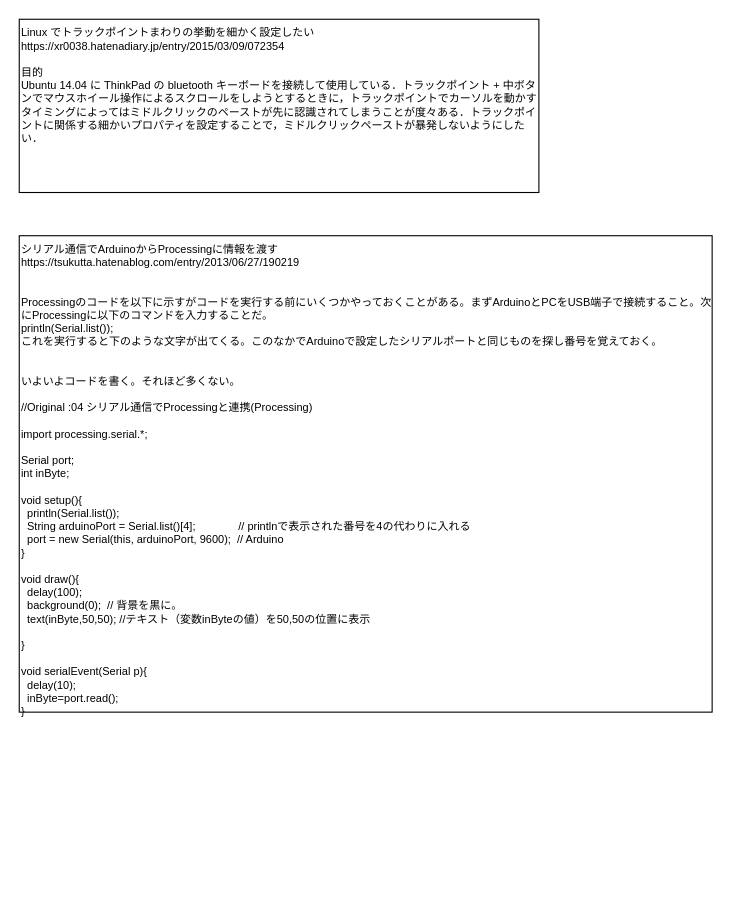
sugn74/profile keeps this draw.io diagram as 名称未設定ファイル.drawio. Above is the earlier version. Source tidied: cells renumbered, new cells numbered last; positions are measured from the earlier drawing's top-left corner, leaving out a move shared by most shapes. Both pictures are drawn from the tidied source at 110%, with x=0, y=0 at pixel (19, 19).
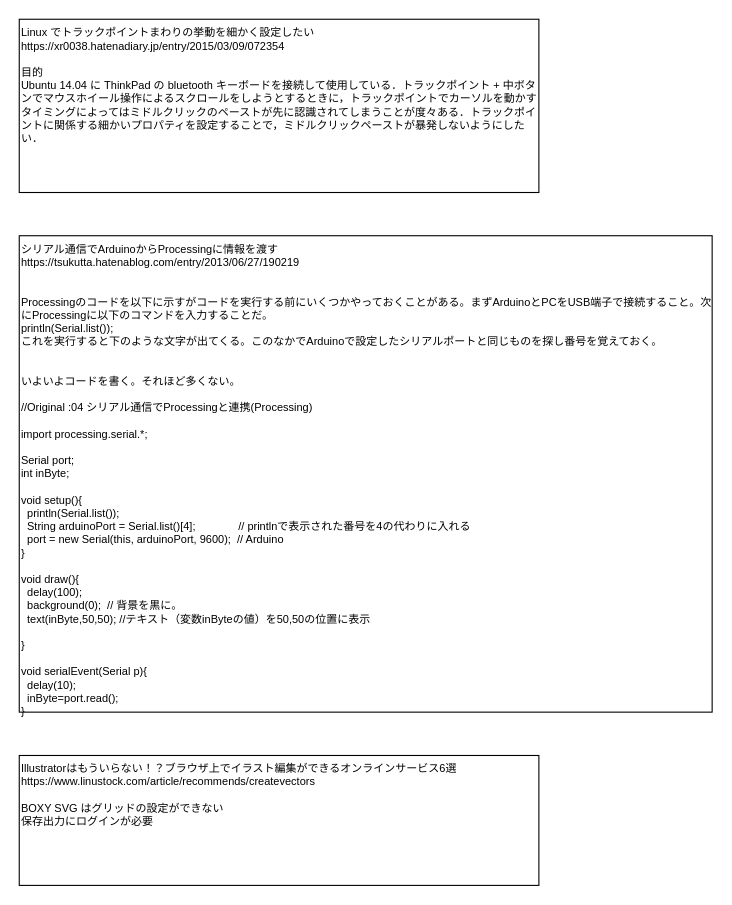
After the change.

Commit message:
名称未設定ファイル.drawio を更新します

Diff of the diagram source:
```diff
@@
 <mxGraphModel>
   <root>
     <mxCell id="0" />
     <mxCell id="1" parent="0" />
     <mxCell id="2" value="&lt;div&gt;&lt;div&gt;Linux でトラックポイントまわりの挙動を細かく設定したい&lt;/div&gt;&lt;div&gt;https://xr0038.hatenadiary.jp/entry/2015/03/09/072354&lt;/div&gt;&lt;div&gt;&lt;br&gt;&lt;/div&gt;&lt;div&gt;目的&lt;/div&gt;&lt;div&gt;Ubuntu 14.04 に ThinkPad の bluetooth キーボードを接続して使用している．トラックポイント + 中ボタンでマウスホイール操作によるスクロールをしようとするときに，トラックポイントでカーソルを動かすタイミングによってはミドルクリックのペーストが先に認識されてしまうことが度々ある．トラックポイントに関係する細かいプロパティを設定することで，ミドルクリックペーストが暴発しないようにしたい．&lt;/div&gt;&lt;/div&gt;" style="text;html=1;strokeColor=default;fillColor=none;align=left;verticalAlign=top;whiteSpace=wrap;rounded=0;fontSize=10;" parent="1" vertex="1">
       <mxGeometry width="472.4" height="157.5" as="geometry" />
     </mxCell>
     <mxCell id="3" value="&lt;div&gt;シリアル通信でArduinoからProcessingに情報を渡す&lt;/div&gt;&lt;div&gt;https://tsukutta.hatenablog.com/entry/2013/06/27/190219&lt;/div&gt;&lt;div&gt;&lt;br&gt;&lt;/div&gt;&lt;div&gt;&lt;br&gt;&lt;/div&gt;&lt;div&gt;Processingのコードを以下に示すがコードを実行する前にいくつかやっておくことがある。まずArduinoとPCをUSB端子で接続すること。次にProcessingに以下のコマンドを入力することだ。&lt;/div&gt;&lt;div&gt;&lt;span&gt; &lt;/span&gt;println(Serial.list());&lt;/div&gt;&lt;div&gt;これを実行すると下のような文字が出てくる。このなかでArduinoで設定したシリアルポートと同じものを探し番号を覚えておく。&lt;/div&gt;&lt;div&gt;&lt;br&gt;&lt;/div&gt;&lt;div&gt;&lt;br&gt;&lt;/div&gt;&lt;div&gt;いよいよコードを書く。それほど多くない。&lt;/div&gt;&lt;div&gt;&lt;br&gt;&lt;/div&gt;&lt;div&gt;//Original :04 シリアル通信でProcessingと連携(Processing)&lt;/div&gt;&lt;div&gt;&lt;br&gt;&lt;/div&gt;&lt;div&gt;import processing.serial.*;&lt;/div&gt;&lt;div&gt;&lt;br&gt;&lt;/div&gt;&lt;div&gt;Serial port;&amp;nbsp;&lt;/div&gt;&lt;div&gt;int inByte;&lt;/div&gt;&lt;div&gt;&lt;br&gt;&lt;/div&gt;&lt;div&gt;void setup(){&lt;/div&gt;&lt;div&gt;&amp;nbsp; println(Serial.list());&lt;/div&gt;&lt;div&gt;&amp;nbsp; String arduinoPort = Serial.list()[4];&amp;nbsp; &amp;nbsp; &amp;nbsp; &amp;nbsp; &amp;nbsp; &amp;nbsp; &amp;nbsp; // printlnで表示された番号を4の代わりに入れる&lt;/div&gt;&lt;div&gt;&amp;nbsp; port = new Serial(this, arduinoPort, 9600);&amp;nbsp; // Arduino&lt;/div&gt;&lt;div&gt;}&lt;/div&gt;&lt;div&gt;&lt;br&gt;&lt;/div&gt;&lt;div&gt;void draw(){&lt;/div&gt;&lt;div&gt;&amp;nbsp; delay(100);&lt;/div&gt;&lt;div&gt;&amp;nbsp; background(0);&amp;nbsp; // 背景を黒に。&lt;/div&gt;&lt;div&gt;&amp;nbsp; text(inByte,50,50); //テキスト（変数inByteの値）を50,50の位置に表示&lt;/div&gt;&lt;div&gt;&amp;nbsp;&amp;nbsp;&lt;/div&gt;&lt;div&gt;}&lt;/div&gt;&lt;div&gt;&lt;br&gt;&lt;/div&gt;&lt;div&gt;void serialEvent(Serial p){&lt;/div&gt;&lt;div&gt;&amp;nbsp; delay(10);&lt;/div&gt;&lt;div&gt;&amp;nbsp; inByte=port.read();&lt;/div&gt;&lt;div&gt;}&lt;/div&gt;" style="text;html=1;strokeColor=default;fillColor=none;align=left;verticalAlign=top;whiteSpace=wrap;rounded=0;fontSize=10;" parent="1" vertex="1">
       <mxGeometry y="196.8" width="629.9" height="433.1" as="geometry" />
     </mxCell>
+    <mxCell id="4" value="&lt;div&gt;Illustratorはもういらない！？ブラウザ上でイラスト編集ができるオンラインサービス6選&lt;/div&gt;&lt;div&gt;https://www.linustock.com/article/recommends/createvectors&lt;/div&gt;&lt;div&gt;&lt;br&gt;&lt;/div&gt;&lt;div&gt;BOXY SVG はグリッドの設定ができない&lt;/div&gt;&lt;div&gt;保存出力にログインが必要&lt;/div&gt;" style="text;html=1;strokeColor=default;fillColor=none;align=left;verticalAlign=top;whiteSpace=wrap;rounded=0;fontSize=10;" parent="1" vertex="1">
+      <mxGeometry y="669.3" width="472.4" height="118.1" as="geometry" />
+    </mxCell>
   </root>
 </mxGraphModel>
```
